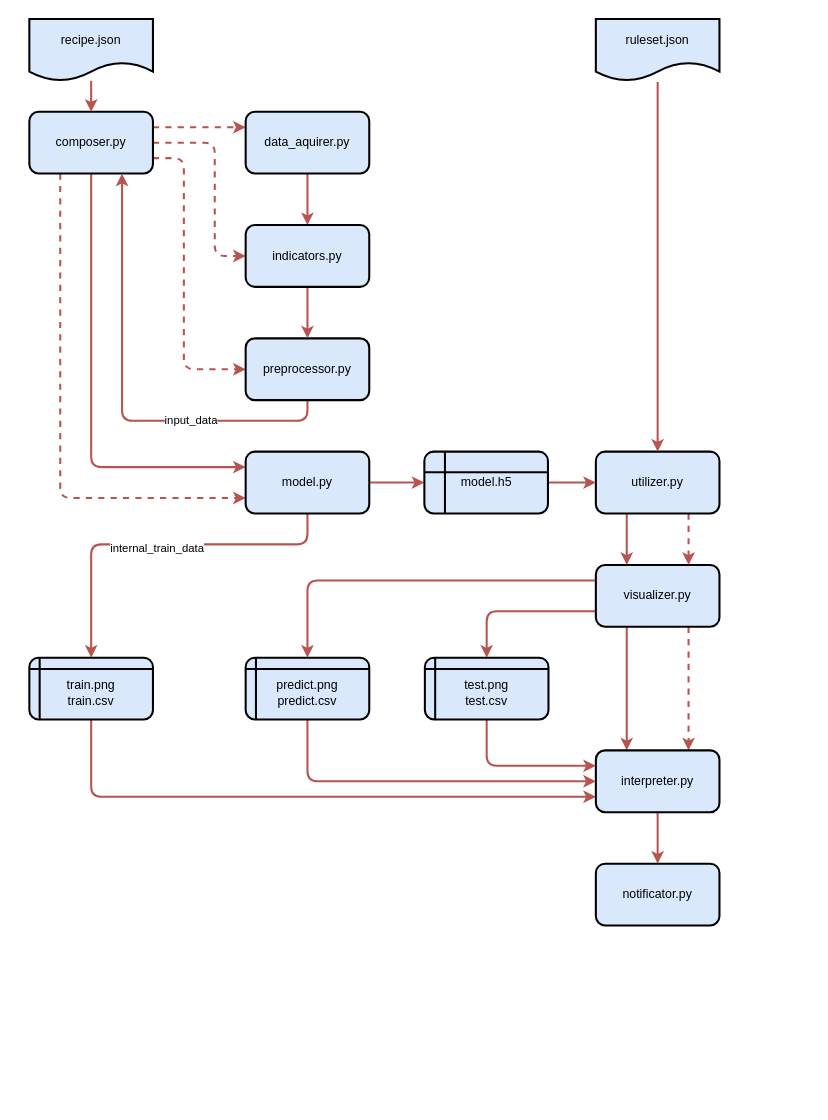
The draw.io diagram doc/model_overview.drawio in Franzelfx/forex-predicter, before the edit. Source tidied: cells renumbered, new cells numbered last; positions are measured from the earlier drawing's top-left corner, leaving out a move shared by most shapes. Both pictures are drawn from the tidied source at 103%, with x=0, y=0 at pixel (29, 19).
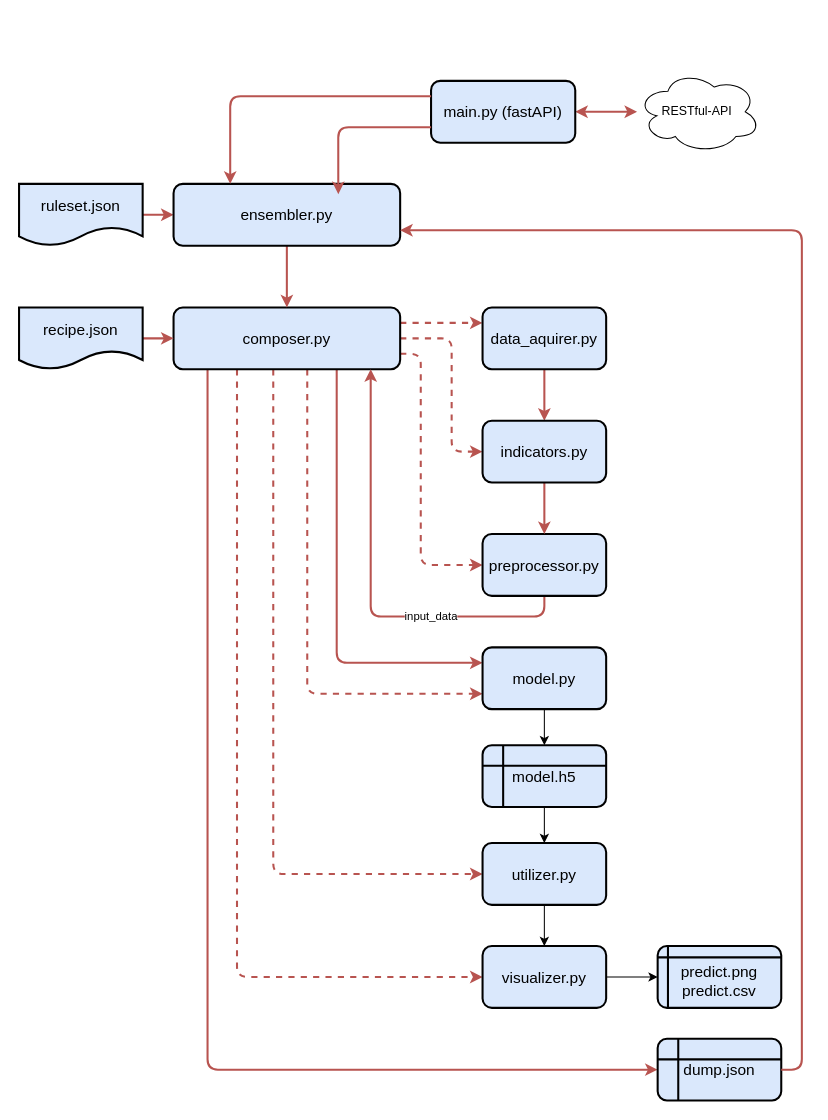
The same page after the edit.

Commit message (it also covers changes not shown here):
EDIT composer data dump

The edit, as a diff of the source:
```diff
@@
     <mxCell id="3" style="edgeStyle=orthogonalEdgeStyle;rounded=1;jettySize=auto;html=1;exitX=1;exitY=0.5;exitDx=0;exitDy=0;entryX=0;entryY=0.5;entryDx=0;entryDy=0;dashed=1;fillColor=#f8cecc;strokeColor=#b85450;strokeWidth=2;" parent="1" edge="1" source="7" target="14">
       <mxGeometry relative="1" as="geometry">
         <Array as="points">
-          <mxPoint x="180" y="120" />
-          <mxPoint x="180" y="230" />
+          <mxPoint x="410" y="310" />
+          <mxPoint x="410" y="420" />
         </Array>
       </mxGeometry>
     </mxCell>
     <mxCell id="4" style="edgeStyle=orthogonalEdgeStyle;rounded=1;jettySize=auto;html=1;exitX=1;exitY=0.75;exitDx=0;exitDy=0;entryX=0;entryY=0.5;entryDx=0;entryDy=0;dashed=1;fillColor=#f8cecc;strokeColor=#b85450;strokeWidth=2;" parent="1" edge="1" source="7" target="12">
       <mxGeometry relative="1" as="geometry">
         <Array as="points">
-          <mxPoint x="150" y="135" />
-          <mxPoint x="150" y="340" />
+          <mxPoint x="380" y="325" />
+          <mxPoint x="380" y="530" />
         </Array>
       </mxGeometry>
     </mxCell>
-    <mxCell id="5" style="edgeStyle=orthogonalEdgeStyle;html=1;exitX=0.5;exitY=1;exitDx=0;exitDy=0;entryX=0;entryY=0.25;entryDx=0;entryDy=0;startArrow=none;startFill=0;fillColor=#f8cecc;strokeColor=#b85450;strokeWidth=2;" parent="1" edge="1" source="7" target="23">
+    <mxCell id="5" style="edgeStyle=orthogonalEdgeStyle;html=1;exitX=0.72;exitY=1;exitDx=0;exitDy=0;entryX=0;entryY=0.25;entryDx=0;entryDy=0;startArrow=none;startFill=0;fillColor=#f8cecc;strokeColor=#b85450;strokeWidth=2;exitPerimeter=0;" parent="1" edge="1" source="7" target="23">
       <mxGeometry relative="1" as="geometry" />
     </mxCell>
-    <mxCell id="6" style="edgeStyle=orthogonalEdgeStyle;html=1;exitX=0.25;exitY=1;exitDx=0;exitDy=0;entryX=0;entryY=0.75;entryDx=0;entryDy=0;startArrow=none;startFill=0;dashed=1;fillColor=#f8cecc;strokeColor=#b85450;strokeWidth=2;" parent="1" edge="1" source="7" target="23">
+    <mxCell id="6" style="edgeStyle=orthogonalEdgeStyle;html=1;exitX=0.59;exitY=1;exitDx=0;exitDy=0;entryX=0;entryY=0.75;entryDx=0;entryDy=0;startArrow=none;startFill=0;dashed=1;fillColor=#f8cecc;strokeColor=#b85450;strokeWidth=2;exitPerimeter=0;" parent="1" edge="1" source="7" target="23">
       <mxGeometry relative="1" as="geometry" />
     </mxCell>
+    <mxCell id="42" style="edgeStyle=orthogonalEdgeStyle;rounded=1;jettySize=auto;html=1;exitX=0.44;exitY=1;exitDx=0;exitDy=0;exitPerimeter=0;entryX=0;entryY=0.5;entryDx=0;entryDy=0;dashed=1;fillColor=#f8cecc;strokeColor=#b85450;strokeWidth=2;" parent="1" edge="1" source="7" target="26">
+      <mxGeometry relative="1" as="geometry" />
+    </mxCell>
+    <mxCell id="43" style="edgeStyle=orthogonalEdgeStyle;rounded=1;jettySize=auto;html=1;exitX=0.28;exitY=1;exitDx=0;exitDy=0;exitPerimeter=0;entryX=0;entryY=0.5;entryDx=0;entryDy=0;dashed=1;strokeWidth=2;fillColor=#f8cecc;strokeColor=#b85450;" parent="1" edge="1" source="7" target="19">
+      <mxGeometry relative="1" as="geometry" />
+    </mxCell>
+    <mxCell id="44" style="edgeStyle=orthogonalEdgeStyle;rounded=1;jettySize=auto;html=1;exitX=0.15;exitY=1;exitDx=0;exitDy=0;exitPerimeter=0;entryX=0;entryY=0.5;entryDx=0;entryDy=0;strokeWidth=2;fillColor=#f8cecc;strokeColor=#b85450;" parent="1" edge="1" source="7" target="49">
+      <mxGeometry relative="1" as="geometry" />
+    </mxCell>
-    <mxCell id="7" value="composer.py" style="rounded=1;whiteSpace=wrap;html=1;verticalAlign=middle;align=center;strokeWidth=2;fillColor=#dae8fc;strokeColor=#000000;" parent="1" vertex="1">
-      <mxGeometry y="90" width="120" height="60" as="geometry" />
+    <mxCell id="7" value="&lt;font style=&quot;font-size: 15px;&quot;&gt;composer.py&lt;/font&gt;" style="rounded=1;whiteSpace=wrap;html=1;verticalAlign=middle;align=center;strokeWidth=2;fillColor=#dae8fc;strokeColor=#000000;points=[[0,0.25,0,0,0],[0,0.5,0,0,0],[0,0.75,0,0,0],[0.15,1,0,0,0],[0.25,0,0,0,0],[0.28,1,0,0,0],[0.44,1,0,0,0],[0.5,0,0,0,0],[0.59,1,0,0,0],[0.72,1,0,0,0],[0.75,0,0,0,0],[0.87,1,0,0,0],[1,0.25,0,0,0],[1,0.5,0,0,0],[1,0.75,0,0,0]];" parent="1" vertex="1">
+      <mxGeometry x="140" y="280" width="220" height="60" as="geometry" />
     </mxCell>
@@
-    <mxCell id="9" value="data_aquirer.py" style="rounded=1;whiteSpace=wrap;html=1;strokeWidth=2;fillColor=#dae8fc;strokeColor=#000000;" parent="1" vertex="1">
-      <mxGeometry x="210" y="90" width="120" height="60" as="geometry" />
+    <mxCell id="9" value="&lt;font style=&quot;font-size: 15px;&quot;&gt;data_aquirer.py&lt;/font&gt;" style="rounded=1;whiteSpace=wrap;html=1;strokeWidth=2;fillColor=#dae8fc;strokeColor=#000000;" parent="1" vertex="1">
+      <mxGeometry x="440" y="280" width="120" height="60" as="geometry" />
     </mxCell>
-    <mxCell id="10" style="edgeStyle=orthogonalEdgeStyle;rounded=1;jettySize=auto;html=1;exitX=0.5;exitY=1;exitDx=0;exitDy=0;entryX=0.75;entryY=1;entryDx=0;entryDy=0;fillColor=#f8cecc;strokeColor=#b85450;strokeWidth=2;" parent="1" edge="1" source="12" target="7">
+    <mxCell id="10" style="edgeStyle=orthogonalEdgeStyle;rounded=1;jettySize=auto;html=1;exitX=0.5;exitY=1;exitDx=0;exitDy=0;entryX=0.87;entryY=1;entryDx=0;entryDy=0;fillColor=#f8cecc;strokeColor=#b85450;strokeWidth=2;entryPerimeter=0;" parent="1" edge="1" source="12" target="7">
       <mxGeometry relative="1" as="geometry" />
     </mxCell>
@@
-    <mxCell id="12" value="preprocessor.py" style="rounded=1;whiteSpace=wrap;html=1;strokeWidth=2;fillColor=#dae8fc;strokeColor=#000000;" parent="1" vertex="1">
-      <mxGeometry x="210" y="310" width="120" height="60" as="geometry" />
+    <mxCell id="12" value="&lt;font style=&quot;font-size: 15px;&quot;&gt;preprocessor.py&lt;/font&gt;" style="rounded=1;whiteSpace=wrap;html=1;strokeWidth=2;fillColor=#dae8fc;strokeColor=#000000;" parent="1" vertex="1">
+      <mxGeometry x="440" y="500" width="120" height="60" as="geometry" />
     </mxCell>
@@
-    <mxCell id="14" value="indicators.py" style="rounded=1;whiteSpace=wrap;html=1;strokeWidth=2;fillColor=#dae8fc;strokeColor=#000000;" parent="1" vertex="1">
-      <mxGeometry x="210" y="200" width="120" height="60" as="geometry" />
+    <mxCell id="14" value="&lt;font style=&quot;font-size: 15px;&quot;&gt;indicators.py&lt;/font&gt;" style="rounded=1;whiteSpace=wrap;html=1;strokeWidth=2;fillColor=#dae8fc;strokeColor=#000000;" parent="1" vertex="1">
+      <mxGeometry x="440" y="390" width="120" height="60" as="geometry" />
     </mxCell>
-    <mxCell id="15" style="edgeStyle=orthogonalEdgeStyle;html=1;exitX=0;exitY=0.75;exitDx=0;exitDy=0;entryX=0.5;entryY=0;entryDx=0;entryDy=0;startArrow=none;startFill=0;fillColor=#f8cecc;strokeColor=#b85450;strokeWidth=2;" parent="1" edge="1" source="19" target="38">
-      <mxGeometry relative="1" as="geometry" />
-    </mxCell>
-    <mxCell id="16" style="edgeStyle=orthogonalEdgeStyle;html=1;exitX=0;exitY=0.25;exitDx=0;exitDy=0;entryX=0.5;entryY=0;entryDx=0;entryDy=0;startArrow=none;startFill=0;fillColor=#f8cecc;strokeColor=#b85450;strokeWidth=2;" parent="1" edge="1" source="19" target="40">
+    <mxCell id="16" style="edgeStyle=orthogonalEdgeStyle;rounded=0;jettySize=auto;html=1;exitX=1;exitY=0.5;exitDx=0;exitDy=0;entryX=0;entryY=0.5;entryDx=0;entryDy=0;" parent="1" edge="1" source="19" target="40">
       <mxGeometry relative="1" as="geometry" />
     </mxCell>
-    <mxCell id="17" style="edgeStyle=orthogonalEdgeStyle;html=1;exitX=0.75;exitY=1;exitDx=0;exitDy=0;entryX=0.75;entryY=0;entryDx=0;entryDy=0;dashed=1;startArrow=none;startFill=0;fillColor=#f8cecc;strokeColor=#b85450;strokeWidth=2;" parent="1" edge="1" source="19" target="36">
-      <mxGeometry relative="1" as="geometry" />
-    </mxCell>
-    <mxCell id="18" style="edgeStyle=orthogonalEdgeStyle;html=1;exitX=0.25;exitY=1;exitDx=0;exitDy=0;entryX=0.25;entryY=0;entryDx=0;entryDy=0;startArrow=none;startFill=0;fillColor=#f8cecc;strokeColor=#b85450;strokeWidth=2;" parent="1" edge="1" source="19" target="36">
-      <mxGeometry relative="1" as="geometry" />
-    </mxCell>
-    <mxCell id="19" value="visualizer.py" style="rounded=1;whiteSpace=wrap;html=1;verticalAlign=middle;align=center;strokeWidth=2;fillColor=#dae8fc;strokeColor=#000000;" parent="1" vertex="1">
-      <mxGeometry x="550" y="530" width="120" height="60" as="geometry" />
+    <mxCell id="19" value="&lt;font style=&quot;font-size: 15px;&quot;&gt;visualizer.py&lt;/font&gt;" style="rounded=1;whiteSpace=wrap;html=1;verticalAlign=middle;align=center;strokeWidth=2;fillColor=#dae8fc;strokeColor=#000000;" parent="1" vertex="1">
+      <mxGeometry x="440" y="900" width="120" height="60" as="geometry" />
     </mxCell>
-    <mxCell id="20" style="edgeStyle=orthogonalEdgeStyle;html=1;exitX=1;exitY=0.5;exitDx=0;exitDy=0;entryX=0;entryY=0.5;entryDx=0;entryDy=0;fillColor=#f8cecc;strokeColor=#b85450;strokeWidth=2;" parent="1" edge="1" source="23" target="30">
+    <mxCell id="20" style="edgeStyle=orthogonalEdgeStyle;rounded=0;jettySize=auto;html=1;" parent="1" edge="1" source="23" target="30">
       <mxGeometry relative="1" as="geometry" />
     </mxCell>
-    <mxCell id="21" style="edgeStyle=orthogonalEdgeStyle;html=1;exitX=0.5;exitY=1;exitDx=0;exitDy=0;entryX=0.5;entryY=0;entryDx=0;entryDy=0;startArrow=none;startFill=0;fillColor=#f8cecc;strokeColor=#b85450;strokeWidth=2;" parent="1" edge="1" source="23" target="34">
-      <mxGeometry relative="1" as="geometry">
-        <Array as="points">
-          <mxPoint x="270" y="510" />
-          <mxPoint x="60" y="510" />
-        </Array>
-      </mxGeometry>
-    </mxCell>
-    <mxCell id="22" value="internal_train_data" style="edgeLabel;html=1;align=center;verticalAlign=middle;" parent="21" vertex="1">
-      <mxGeometry x="0.01" y="3" relative="1" as="geometry" />
-    </mxCell>
-    <mxCell id="23" value="model.py" style="rounded=1;whiteSpace=wrap;html=1;verticalAlign=middle;align=center;strokeWidth=2;fillColor=#dae8fc;strokeColor=#000000;" parent="1" vertex="1">
-      <mxGeometry x="210" y="420" width="120" height="60" as="geometry" />
+    <mxCell id="23" value="&lt;font style=&quot;font-size: 15px;&quot;&gt;model.py&lt;/font&gt;" style="rounded=1;whiteSpace=wrap;html=1;verticalAlign=middle;align=center;strokeWidth=2;fillColor=#dae8fc;strokeColor=#000000;" parent="1" vertex="1">
+      <mxGeometry x="440" y="610" width="120" height="60" as="geometry" />
     </mxCell>
-    <mxCell id="24" style="edgeStyle=orthogonalEdgeStyle;html=1;exitX=0.25;exitY=1;exitDx=0;exitDy=0;entryX=0.25;entryY=0;entryDx=0;entryDy=0;startArrow=none;startFill=0;fillColor=#f8cecc;strokeColor=#b85450;strokeWidth=2;" parent="1" edge="1" source="26" target="19">
-      <mxGeometry relative="1" as="geometry" />
-    </mxCell>
-    <mxCell id="25" style="edgeStyle=orthogonalEdgeStyle;html=1;exitX=0.75;exitY=1;exitDx=0;exitDy=0;entryX=0.75;entryY=0;entryDx=0;entryDy=0;startArrow=none;startFill=0;dashed=1;fillColor=#f8cecc;strokeColor=#b85450;strokeWidth=2;" parent="1" edge="1" source="26" target="19">
-      <mxGeometry relative="1" as="geometry" />
-    </mxCell>
+    <mxCell id="45" style="edgeStyle=orthogonalEdgeStyle;rounded=0;jettySize=auto;html=1;" parent="1" edge="1" source="26" target="19">
+      <mxGeometry relative="1" as="geometry" />
+    </mxCell>
-    <mxCell id="26" value="utilizer.py" style="rounded=1;whiteSpace=wrap;html=1;verticalAlign=middle;align=center;strokeWidth=2;fillColor=#dae8fc;strokeColor=#000000;" parent="1" vertex="1">
-      <mxGeometry x="550" y="420" width="120" height="60" as="geometry" />
+    <mxCell id="26" value="&lt;font style=&quot;font-size: 15px;&quot;&gt;utilizer.py&lt;/font&gt;" style="rounded=1;whiteSpace=wrap;html=1;verticalAlign=middle;align=center;strokeWidth=2;fillColor=#dae8fc;strokeColor=#000000;" parent="1" vertex="1">
+      <mxGeometry x="440" y="800" width="120" height="60" as="geometry" />
     </mxCell>
-    <mxCell id="27" style="edgeStyle=none;html=1;fillColor=#f8cecc;strokeColor=#b85450;strokeWidth=2;" parent="1" edge="1" source="28" target="7">
+    <mxCell id="27" style="edgeStyle=orthogonalEdgeStyle;rounded=0;jettySize=auto;html=1;fillColor=#f8cecc;strokeColor=#b85450;strokeWidth=2;" parent="1" edge="1" source="28" target="7">
       <mxGeometry relative="1" as="geometry" />
     </mxCell>
-    <mxCell id="28" value="recipe.json" style="shape=document;whiteSpace=wrap;html=1;boundedLbl=1;strokeWidth=2;fillColor=#dae8fc;strokeColor=#000000;" parent="1" vertex="1">
-      <mxGeometry width="120" height="60" as="geometry" />
+    <mxCell id="28" value="&lt;font style=&quot;font-size: 15px;&quot;&gt;recipe.json&lt;/font&gt;" style="shape=document;whiteSpace=wrap;html=1;boundedLbl=1;strokeWidth=2;fillColor=#dae8fc;strokeColor=#000000;" parent="1" vertex="1">
+      <mxGeometry x="-10" y="280" width="120" height="60" as="geometry" />
     </mxCell>
-    <mxCell id="29" style="edgeStyle=orthogonalEdgeStyle;html=1;startArrow=none;startFill=0;fillColor=#f8cecc;strokeColor=#b85450;strokeWidth=2;" parent="1" edge="1" source="30" target="26">
+    <mxCell id="29" style="edgeStyle=orthogonalEdgeStyle;rounded=0;jettySize=auto;html=1;" parent="1" edge="1" source="30" target="26">
       <mxGeometry relative="1" as="geometry" />
     </mxCell>
-    <mxCell id="30" value="model.h5" style="shape=internalStorage;whiteSpace=wrap;html=1;backgroundOutline=1;rounded=1;strokeWidth=2;fillColor=#dae8fc;strokeColor=#000000;" parent="1" vertex="1">
-      <mxGeometry x="383.5" y="420" width="120" height="60" as="geometry" />
+    <mxCell id="30" value="&lt;font style=&quot;font-size: 15px;&quot;&gt;model.h5&lt;/font&gt;" style="shape=internalStorage;whiteSpace=wrap;html=1;backgroundOutline=1;rounded=1;strokeWidth=2;fillColor=#dae8fc;strokeColor=#000000;" parent="1" vertex="1">
+      <mxGeometry x="440" y="705" width="120" height="60" as="geometry" />
     </mxCell>
-    <mxCell id="31" style="edgeStyle=orthogonalEdgeStyle;html=1;exitX=0.5;exitY=1;exitDx=0;exitDy=1;exitPerimeter=0;entryX=0.5;entryY=0;entryDx=0;entryDy=0;startArrow=none;startFill=0;fillColor=#f8cecc;strokeColor=#b85450;strokeWidth=2;" parent="1" edge="1" source="32" target="26">
-      <mxGeometry relative="1" as="geometry" />
-    </mxCell>
+    <mxCell id="46" style="edgeStyle=orthogonalEdgeStyle;rounded=0;jettySize=auto;html=1;fillColor=#f8cecc;strokeColor=#b85450;strokeWidth=2;" parent="1" edge="1" source="32" target="48">
+      <mxGeometry relative="1" as="geometry" />
+    </mxCell>
-    <mxCell id="32" value="ruleset.json" style="shape=document;whiteSpace=wrap;html=1;boundedLbl=1;points=[[0,0.25,0,0,0],[0,0.5,0,0,0],[0,0.75,0,0,0],[0.25,0,0,0,0],[0.25,1,0,0,1],[0.5,0,0,0,0],[0.5,1,0,0,1],[0.75,0,0,0,0],[0.75,1,0,0,1],[1,0.25,0,0,0],[1,0.5,0,0,0],[1,0.75,0,0,0]];strokeWidth=2;fillColor=#dae8fc;strokeColor=#000000;" parent="1" vertex="1">
-      <mxGeometry x="550" width="120" height="60" as="geometry" />
+    <mxCell id="32" value="&lt;font style=&quot;font-size: 15px;&quot;&gt;ruleset.json&lt;/font&gt;" style="shape=document;whiteSpace=wrap;html=1;boundedLbl=1;points=[[0,0.25,0,0,0],[0,0.5,0,0,0],[0,0.75,0,0,0],[0.25,0,0,0,0],[0.25,1,0,0,1],[0.5,0,0,0,0],[0.5,1,0,0,1],[0.75,0,0,0,0],[0.75,1,0,0,1],[1,0.25,0,0,0],[1,0.5,0,0,0],[1,0.75,0,0,0]];strokeWidth=2;fillColor=#dae8fc;strokeColor=#000000;" parent="1" vertex="1">
+      <mxGeometry x="-10" y="160" width="120" height="60" as="geometry" />
     </mxCell>
-    <mxCell id="33" style="edgeStyle=orthogonalEdgeStyle;html=1;exitX=0.5;exitY=1;exitDx=0;exitDy=0;entryX=0;entryY=0.75;entryDx=0;entryDy=0;startArrow=none;startFill=0;fillColor=#f8cecc;strokeColor=#b85450;strokeWidth=2;" parent="1" edge="1" source="34" target="36">
-      <mxGeometry relative="1" as="geometry" />
-    </mxCell>
-    <mxCell id="34" value="train.png&lt;br&gt;train.csv" style="shape=internalStorage;whiteSpace=wrap;html=1;backgroundOutline=1;dx=10;dy=11;spacingTop=8;rounded=1;strokeWidth=2;fillColor=#dae8fc;strokeColor=#000000;" parent="1" vertex="1">
-      <mxGeometry y="620" width="120" height="60" as="geometry" />
-    </mxCell>
-    <mxCell id="35" style="edgeStyle=orthogonalEdgeStyle;html=1;startArrow=none;startFill=0;fillColor=#f8cecc;strokeColor=#b85450;strokeWidth=2;" parent="1" edge="1" source="36" target="41">
-      <mxGeometry relative="1" as="geometry" />
-    </mxCell>
-    <mxCell id="36" value="interpreter.py" style="rounded=1;whiteSpace=wrap;html=1;verticalAlign=middle;align=center;strokeWidth=2;fillColor=#dae8fc;strokeColor=#000000;" parent="1" vertex="1">
-      <mxGeometry x="550" y="710" width="120" height="60" as="geometry" />
-    </mxCell>
-    <mxCell id="37" style="edgeStyle=orthogonalEdgeStyle;html=1;exitX=0.5;exitY=1;exitDx=0;exitDy=0;entryX=0;entryY=0.25;entryDx=0;entryDy=0;startArrow=none;startFill=0;fillColor=#f8cecc;strokeColor=#b85450;strokeWidth=2;" parent="1" edge="1" source="38" target="36">
-      <mxGeometry relative="1" as="geometry" />
-    </mxCell>
-    <mxCell id="38" value="test.png&lt;br&gt;test.csv" style="shape=internalStorage;whiteSpace=wrap;html=1;backgroundOutline=1;dx=10;dy=11;spacingTop=8;rounded=1;strokeWidth=2;fillColor=#dae8fc;strokeColor=#000000;" parent="1" vertex="1">
-      <mxGeometry x="384" y="620" width="120" height="60" as="geometry" />
-    </mxCell>
-    <mxCell id="39" style="edgeStyle=orthogonalEdgeStyle;html=1;exitX=0.5;exitY=1;exitDx=0;exitDy=0;entryX=0;entryY=0.5;entryDx=0;entryDy=0;startArrow=none;startFill=0;fillColor=#f8cecc;strokeColor=#b85450;strokeWidth=2;" parent="1" edge="1" source="40" target="36">
-      <mxGeometry relative="1" as="geometry" />
-    </mxCell>
-    <mxCell id="40" value="predict.png&lt;br&gt;predict.csv" style="shape=internalStorage;whiteSpace=wrap;html=1;backgroundOutline=1;dx=10;dy=11;spacingTop=8;rounded=1;strokeWidth=2;fillColor=#dae8fc;strokeColor=#000000;" parent="1" vertex="1">
-      <mxGeometry x="210" y="620" width="120" height="60" as="geometry" />
+    <mxCell id="40" value="&lt;font style=&quot;font-size: 15px;&quot;&gt;predict.png&lt;br&gt;predict.csv&lt;/font&gt;" style="shape=internalStorage;whiteSpace=wrap;html=1;backgroundOutline=1;dx=10;dy=11;spacingTop=8;rounded=1;strokeWidth=2;fillColor=#dae8fc;strokeColor=#000000;" parent="1" vertex="1">
+      <mxGeometry x="610" y="900" width="120" height="60" as="geometry" />
     </mxCell>
-    <mxCell id="41" value="notificator.py" style="rounded=1;whiteSpace=wrap;html=1;verticalAlign=middle;align=center;strokeWidth=2;fillColor=#dae8fc;strokeColor=#000000;" parent="1" vertex="1">
-      <mxGeometry x="550" y="820" width="120" height="60" as="geometry" />
-    </mxCell>
+    <mxCell id="47" style="edgeStyle=orthogonalEdgeStyle;rounded=0;jettySize=auto;html=1;fillColor=#f8cecc;strokeColor=#b85450;strokeWidth=2;" parent="1" edge="1" source="48" target="7">
+      <mxGeometry relative="1" as="geometry" />
+    </mxCell>
+    <mxCell id="48" value="&lt;font style=&quot;font-size: 15px;&quot;&gt;ensembler.py&lt;/font&gt;" style="rounded=1;whiteSpace=wrap;html=1;verticalAlign=middle;align=center;strokeWidth=2;fillColor=#dae8fc;strokeColor=#000000;points=[[0,0.25,0,0,0],[0,0.5,0,0,0],[0,0.75,0,0,0],[0.15,1,0,0,0],[0.25,0,0,0,0],[0.28,1,0,0,0],[0.44,1,0,0,0],[0.5,0,0,0,0],[0.59,1,0,0,0],[0.72,1,0,0,0],[0.75,0,0,0,0],[0.87,1,0,0,0],[1,0.25,0,0,0],[1,0.5,0,0,0],[1,0.75,0,0,0]];" parent="1" vertex="1">
+      <mxGeometry x="140" y="160" width="220" height="60" as="geometry" />
+    </mxCell>
+    <mxCell id="49" value="&lt;font style=&quot;font-size: 15px;&quot;&gt;dump.json&lt;/font&gt;" style="shape=internalStorage;whiteSpace=wrap;html=1;backgroundOutline=1;rounded=1;strokeWidth=2;fillColor=#dae8fc;strokeColor=#000000;" parent="1" vertex="1">
+      <mxGeometry x="610" y="990" width="120" height="60" as="geometry" />
+    </mxCell>
+    <mxCell id="50" style="edgeStyle=orthogonalEdgeStyle;rounded=1;jettySize=auto;html=1;exitX=1;exitY=0.5;exitDx=0;exitDy=0;entryX=1;entryY=0.75;entryDx=0;entryDy=0;entryPerimeter=0;strokeWidth=2;fillColor=#f8cecc;strokeColor=#b85450;" parent="1" edge="1" source="49" target="48">
+      <mxGeometry relative="1" as="geometry" />
+    </mxCell>
+    <mxCell id="51" style="edgeStyle=orthogonalEdgeStyle;rounded=0;jettySize=auto;html=1;startArrow=classic;startFill=1;fillColor=#f8cecc;strokeColor=#b85450;strokeWidth=2;" parent="1" edge="1" source="52" target="53">
+      <mxGeometry relative="1" as="geometry" />
+    </mxCell>
+    <mxCell id="52" value="&lt;font style=&quot;font-size: 15px;&quot;&gt;main.py (fastAPI)&lt;/font&gt;" style="rounded=1;whiteSpace=wrap;html=1;verticalAlign=middle;align=center;strokeWidth=2;fillColor=#dae8fc;strokeColor=#000000;points=[[0,0.25,0,0,0],[0,0.5,0,0,0],[0,0.75,0,0,0],[0.15,1,0,0,0],[0.25,0,0,0,0],[0.28,1,0,0,0],[0.44,1,0,0,0],[0.5,0,0,0,0],[0.59,1,0,0,0],[0.72,1,0,0,0],[0.75,0,0,0,0],[0.87,1,0,0,0],[1,0.25,0,0,0],[1,0.5,0,0,0],[1,0.75,0,0,0]];" parent="1" vertex="1">
+      <mxGeometry x="390" y="60" width="140" height="60" as="geometry" />
+    </mxCell>
+    <mxCell id="53" value="RESTful-API&amp;nbsp;" style="ellipse;shape=cloud;whiteSpace=wrap;html=1;" parent="1" vertex="1">
+      <mxGeometry x="590" y="50" width="120" height="80" as="geometry" />
+    </mxCell>
+    <mxCell id="54" style="edgeStyle=orthogonalEdgeStyle;rounded=1;jettySize=auto;html=1;exitX=0;exitY=0.75;exitDx=0;exitDy=0;exitPerimeter=0;entryX=0.727;entryY=0.167;entryDx=0;entryDy=0;entryPerimeter=0;strokeWidth=2;fillColor=#f8cecc;strokeColor=#b85450;" parent="1" edge="1" source="52" target="48">
+      <mxGeometry relative="1" as="geometry" />
+    </mxCell>
+    <mxCell id="55" style="edgeStyle=orthogonalEdgeStyle;rounded=1;jettySize=auto;html=1;exitX=0;exitY=0.25;exitDx=0;exitDy=0;exitPerimeter=0;entryX=0.25;entryY=0;entryDx=0;entryDy=0;entryPerimeter=0;strokeWidth=2;fillColor=#f8cecc;strokeColor=#b85450;" parent="1" edge="1" source="52" target="48">
+      <mxGeometry relative="1" as="geometry" />
+    </mxCell>
```
